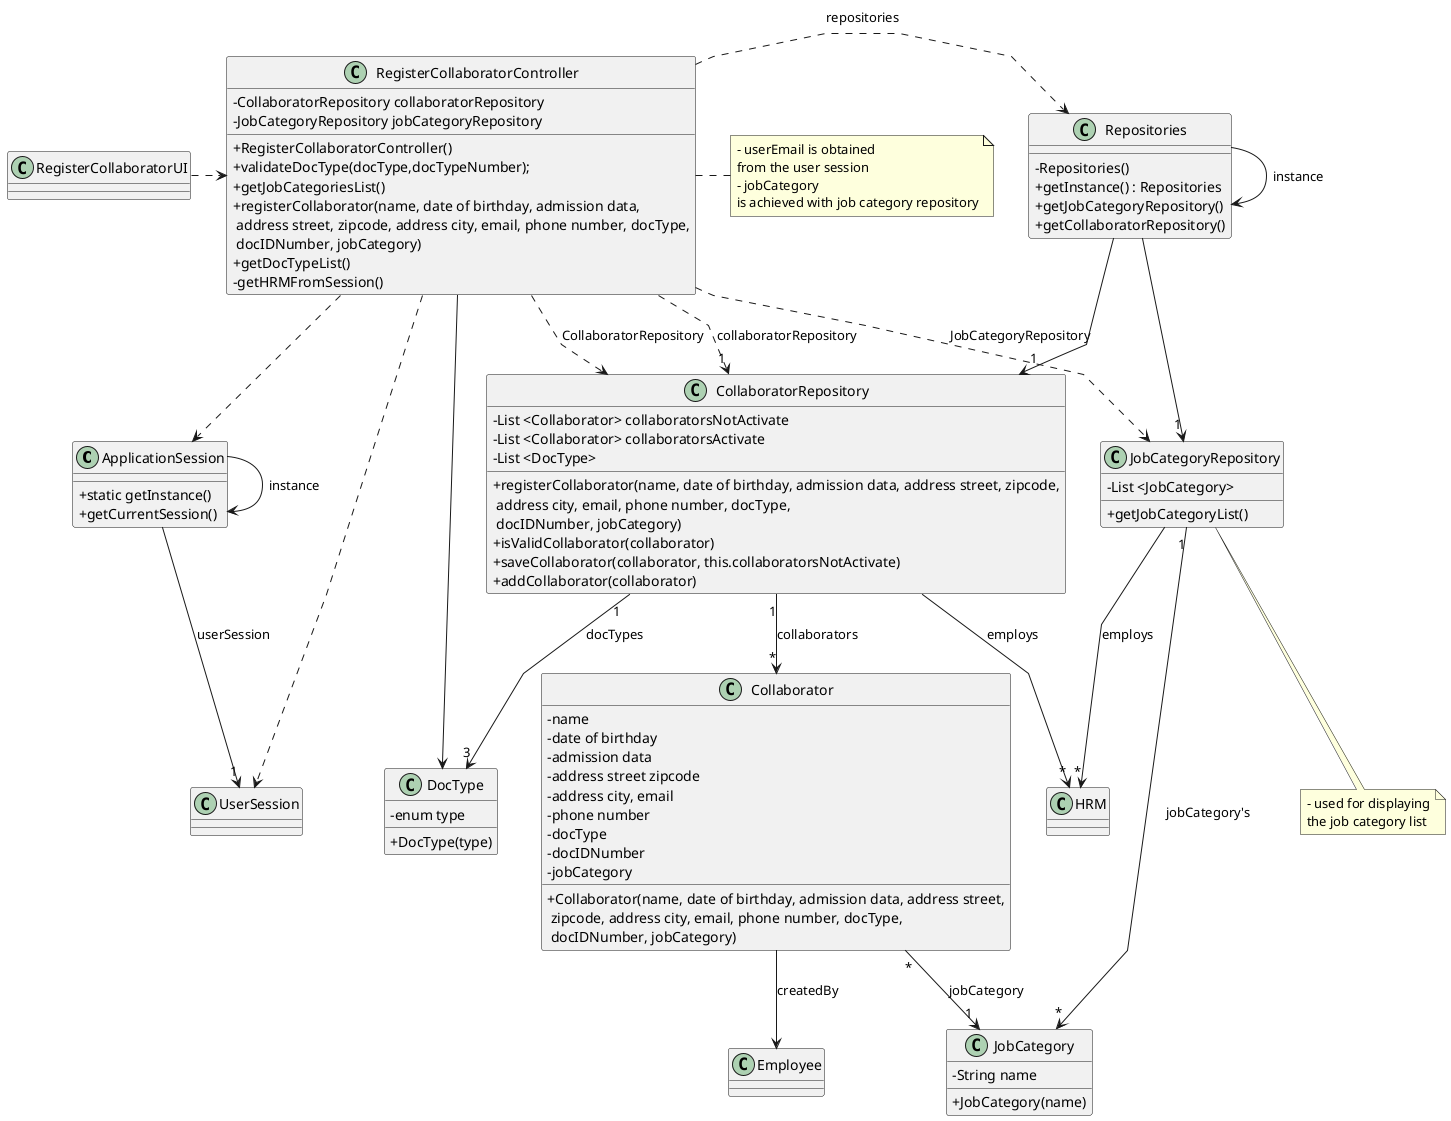
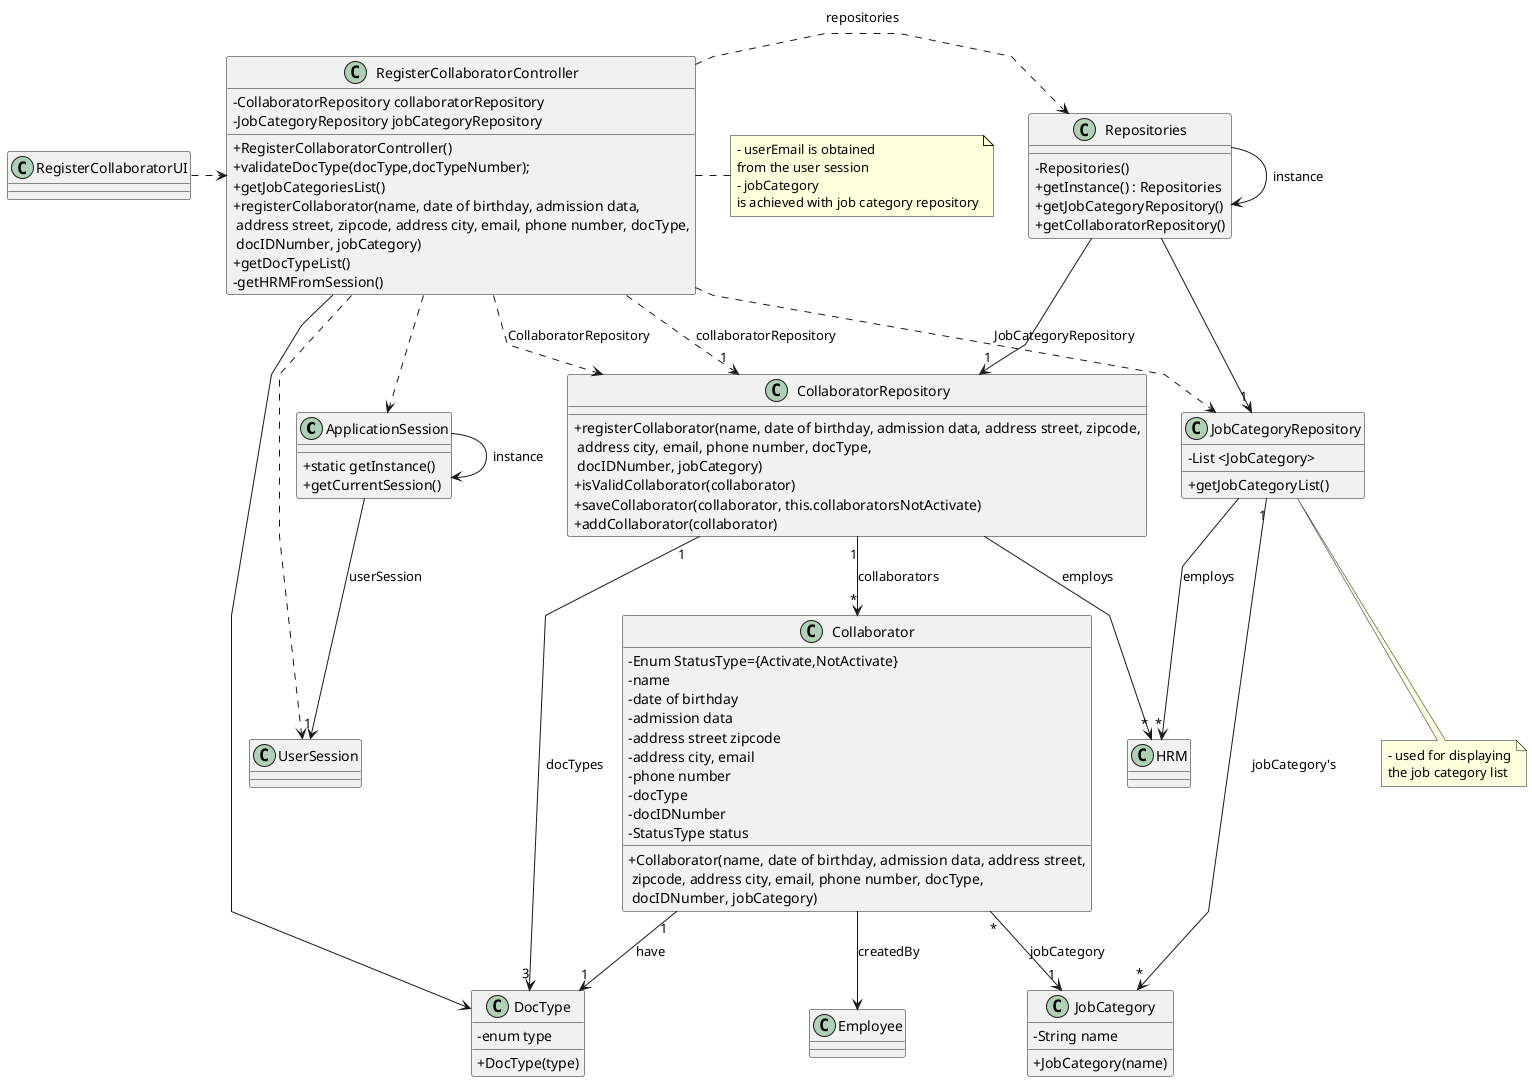
@startuml
'skinparam monochrome true
skinparam packageStyle rectangle
skinparam shadowing false
skinparam linetype polyline
'skinparam linetype orto

skinparam classAttributeIconSize 0

'left to right direction

class ApplicationSession{
    + static getInstance()
    + getCurrentSession()
}

class UserSession{
}

class HRM {
}

class Collaborator {
+     - Enum StatusType={Activate,NotActivate}
    - name
    - date of birthday
    - admission data
    - address street zipcode
    - address city, email
    - phone number
    - docType
    - docIDNumber
-     - jobCategory
+     - StatusType status

    + Collaborator(name, date of birthday, admission data, address street,\n zipcode, address city, email, phone number, docType,\n docIDNumber, jobCategory)
}

class JobCategory {
    - String name
    + JobCategory(name)
}

class CollaboratorRepository {
-     - List <Collaborator> collaboratorsNotActivate
-     - List <Collaborator> collaboratorsActivate
-     - List <DocType>
    + registerCollaborator(name, date of birthday, admission data, address street, zipcode,\n address city, email, phone number, docType,\n docIDNumber, jobCategory)
    + isValidCollaborator(collaborator)
    + saveCollaborator(collaborator, this.collaboratorsNotActivate)
    + addCollaborator(collaborator)
}

class DocType{
    -enum type
    +DocType(type)
}

class JobCategoryRepository {
    - List <JobCategory>
    + getJobCategoryList()
}


class Repositories {
    - Repositories()
    + getInstance() : Repositories
    + getJobCategoryRepository()
    + getCollaboratorRepository()
}

class RegisterCollaboratorController {
    - CollaboratorRepository collaboratorRepository
    - JobCategoryRepository jobCategoryRepository
    + RegisterCollaboratorController()
    + validateDocType(docType,docTypeNumber);
    + getJobCategoriesList()
    + registerCollaborator(name, date of birthday, admission data,\n address street, zipcode, address city, email, phone number, docType,\n docIDNumber, jobCategory)
    + getDocTypeList()
    - getHRMFromSession()
}

note right of RegisterCollaboratorController
    - userEmail is obtained
    from the user session
    - jobCategory
    is achieved with job category repository
end note

note bottom of JobCategoryRepository
    - used for displaying
    the job category list
end note

class RegisterCollaboratorUI {
}

Repositories -> Repositories : instance
ApplicationSession -> ApplicationSession : instance

RegisterCollaboratorUI .> RegisterCollaboratorController

RegisterCollaboratorController .> Repositories : repositories

Repositories -> "1" JobCategoryRepository

RegisterCollaboratorController ..> CollaboratorRepository : CollaboratorRepository
RegisterCollaboratorController ..> JobCategoryRepository : JobCategoryRepository
RegisterCollaboratorController --> DocType
Repositories --> "1" CollaboratorRepository

ApplicationSession --> "1" UserSession : userSession
RegisterCollaboratorController ..> "1" CollaboratorRepository : collaboratorRepository
RegisterCollaboratorController ..> ApplicationSession
RegisterCollaboratorController ..> UserSession
Collaborator "*" --> "1" JobCategory : jobCategory
JobCategoryRepository "1" --> "*" JobCategory : jobCategory's
CollaboratorRepository "1" --> "*" Collaborator : collaborators
CollaboratorRepository "1" --> "3" DocType : docTypes
Collaborator --> Employee : createdBy
- 
+ Collaborator "1" --> "1" DocType : have
CollaboratorRepository --> "*" HRM : employs
JobCategoryRepository --> "*" HRM : employs


@enduml